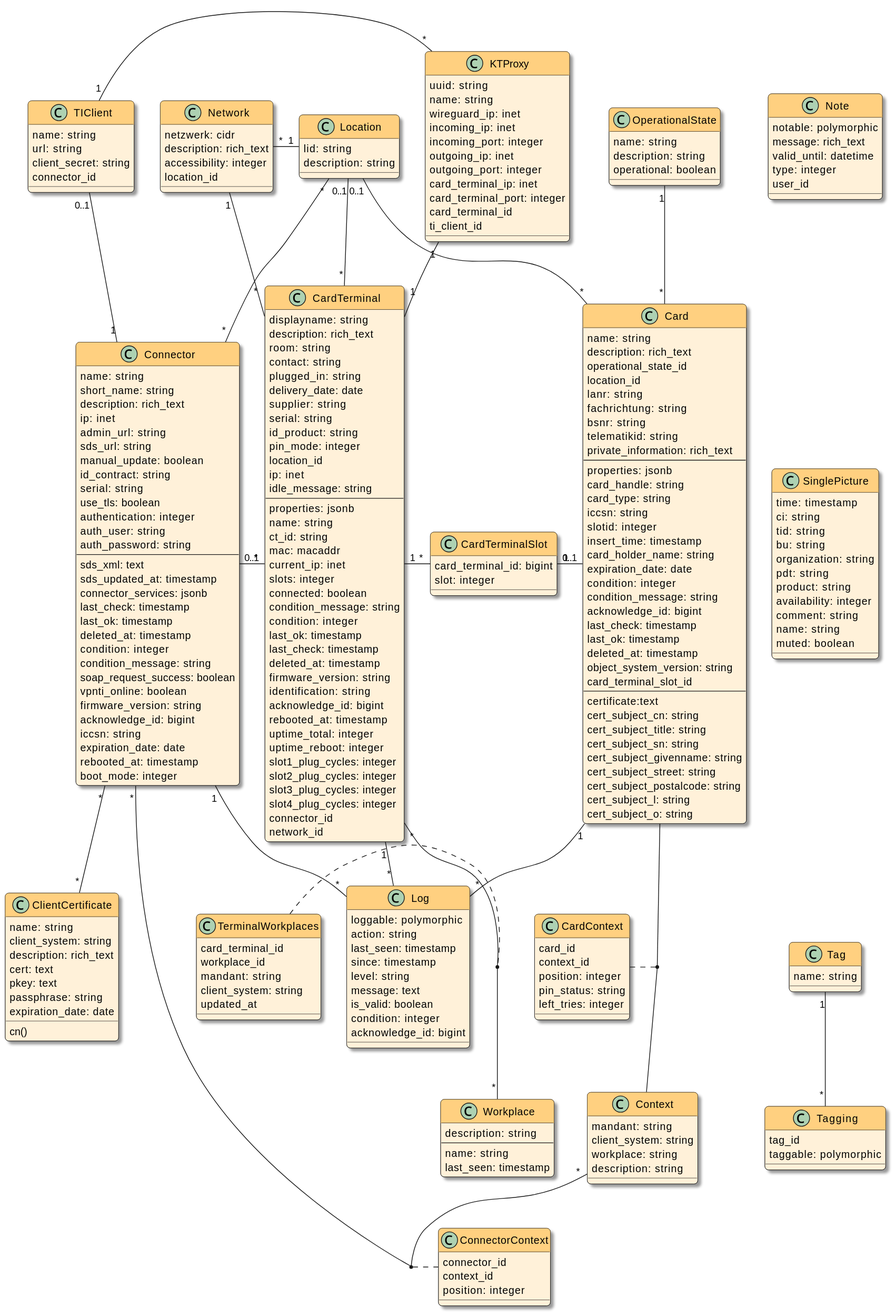
The PlantUML diagram docs/devnotes/_images/models.svg in swobspace/cocard, before a commit.
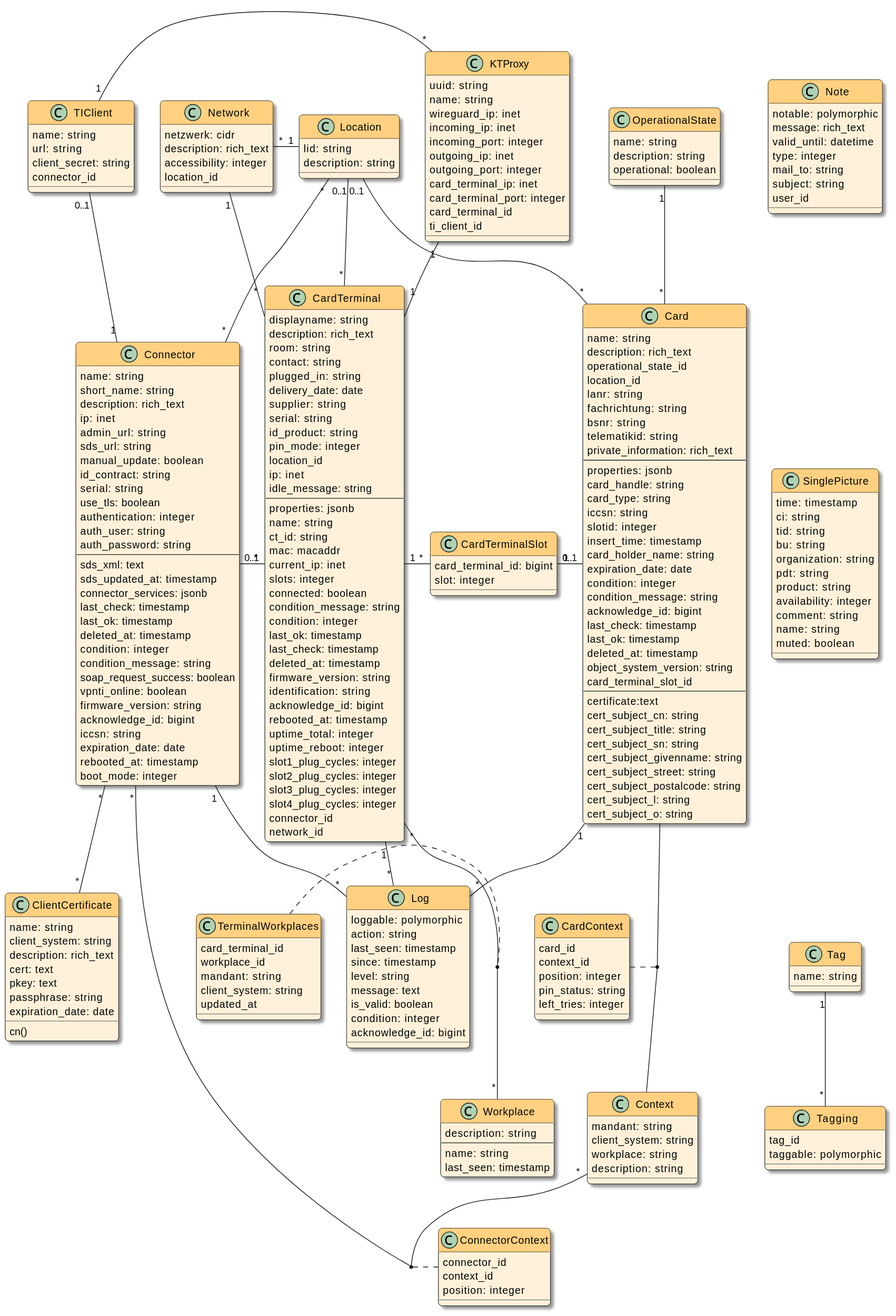
Above is the later version.

The edit, as a diff of the source:
```diff
@@ -201,6 +201,8 @@
   message: rich_text
   valid_until: datetime
   type: integer
+  mail_to: string
+  subject: string
   user_id
 }
 
```
